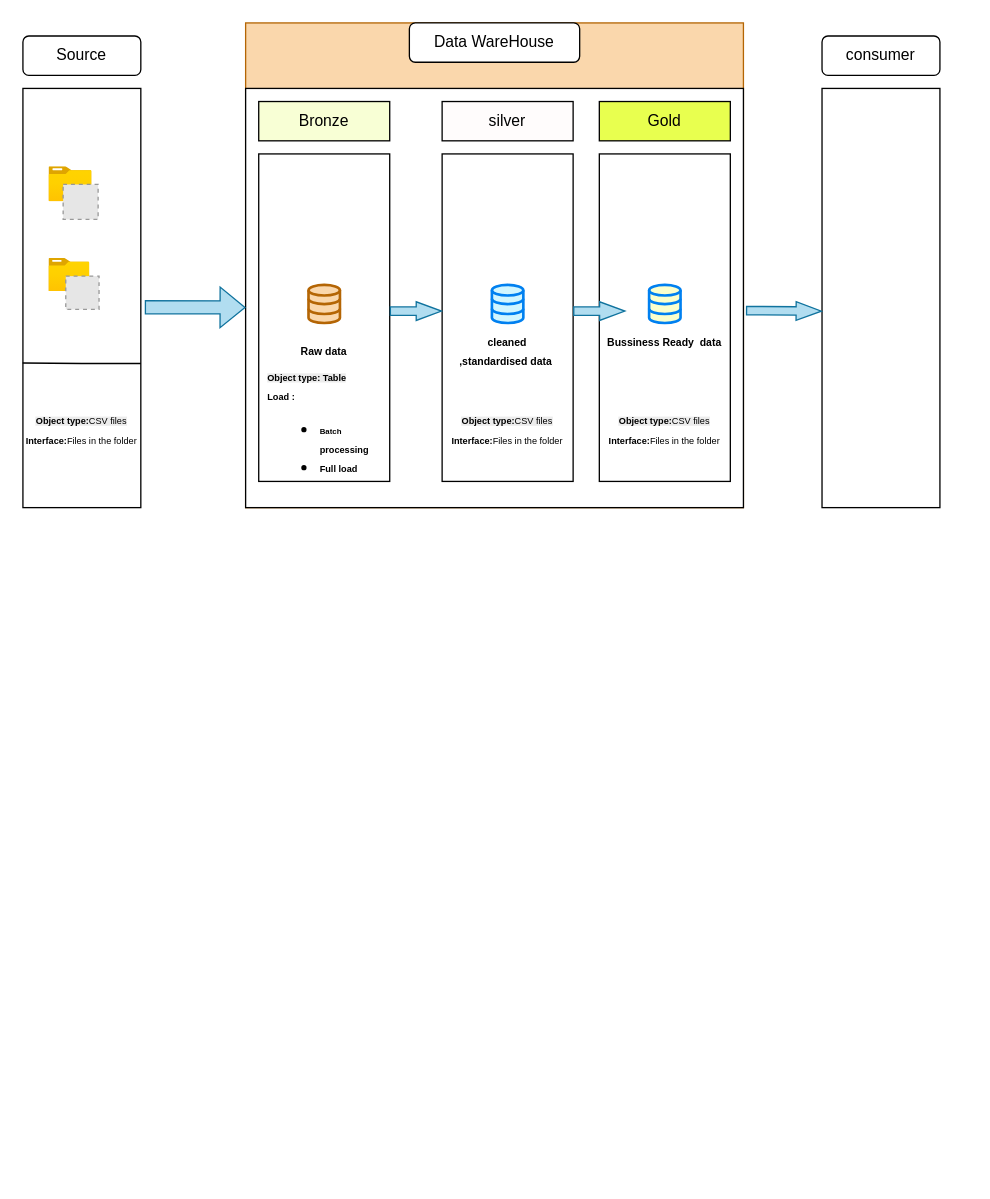
This is page "Page-1" (1 of 2) of draw_io/DATABASE.drawio from Yaswanth332/Sql-DataWareHouse-Project-, a draw.io file, before an edit. Source tidied: cells renumbered, new cells numbered last; positions are measured from the earlier drawing's top-left corner, leaving out a move shared by most shapes. Both pictures are drawn from the tidied source at 131%, with x=0, y=0 at pixel (22, 22). Pictures stored in the file or linked from it are replaced by grey dashed boxes.
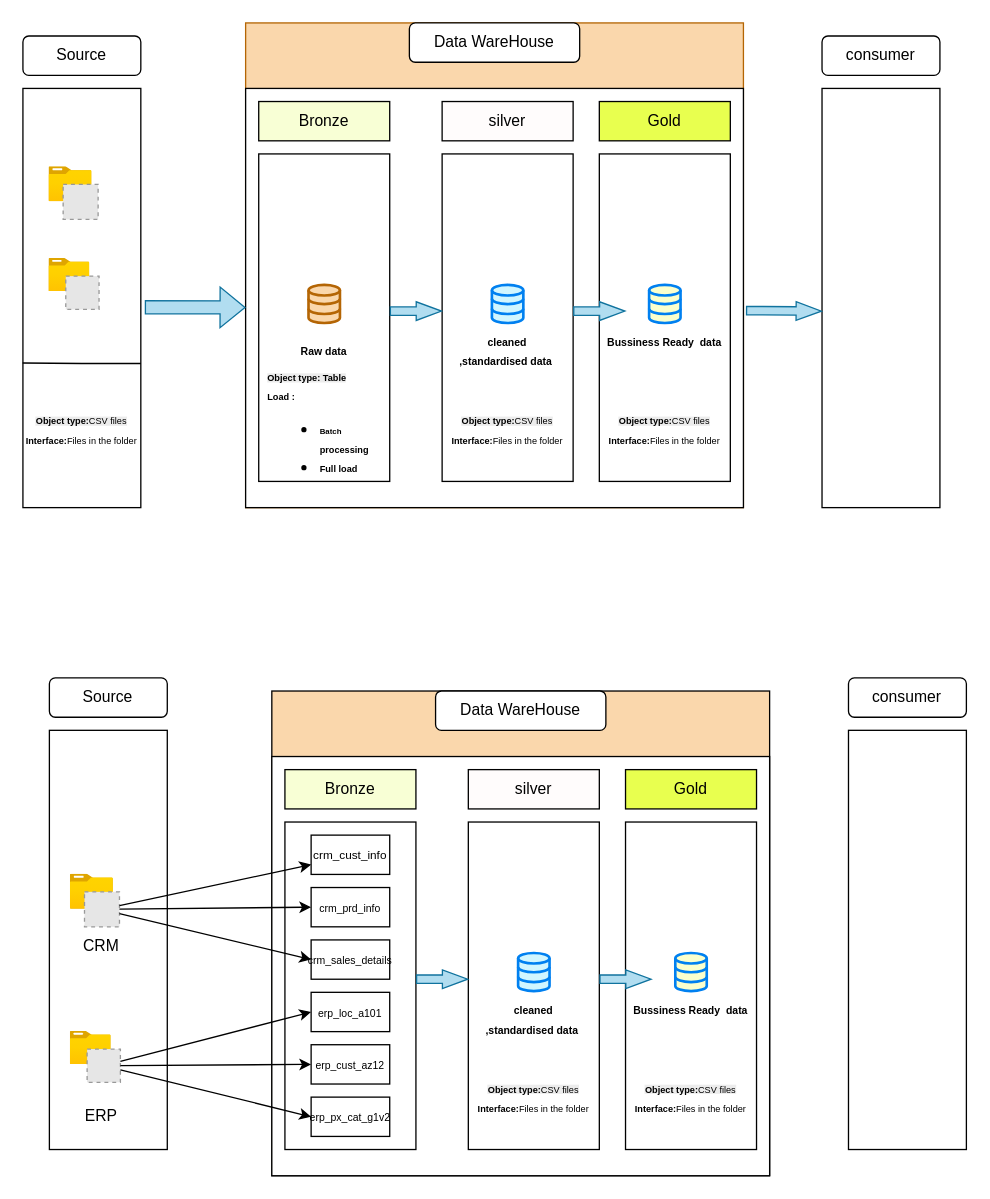
Above is the later version.

Change to the diagram source:
```diff
@@
+    <mxCell id="41" style="group;" parent="1" vertex="1">
+      <mxGeometry x="630.2" y="500" width="90" height="360" as="geometry" />
+    </mxCell>
+    <mxCell id="42" style="rounded=0;whiteSpace=wrap;html=1;strokeColor=light-dark(#000000,#8259FF);" parent="41" vertex="1">
+      <mxGeometry y="40" width="90" height="320" as="geometry" />
+    </mxCell>
+    <mxCell id="43" value="consumer" style="rounded=1;whiteSpace=wrap;html=1;" parent="41" vertex="1">
+      <mxGeometry width="90" height="30" as="geometry" />
+    </mxCell>
+    <mxCell id="44" style="group;fillColor=#fad7ac;strokeColor=default;" parent="1" vertex="1">
+      <mxGeometry x="190" y="510" width="380" height="370" as="geometry" />
+    </mxCell>
+    <mxCell id="45" style="rounded=0;whiteSpace=wrap;html=1;strokeColor=light-dark(#000000,#FF6666);" parent="44" vertex="1">
+      <mxGeometry y="50" width="380" height="320" as="geometry" />
+    </mxCell>
+    <mxCell id="46" value="Data WareHouse" style="rounded=1;whiteSpace=wrap;html=1;" parent="44" vertex="1">
+      <mxGeometry x="125" width="130" height="30" as="geometry" />
+    </mxCell>
+    <mxCell id="47" style="group;fillColor=none;" parent="44" vertex="1">
+      <mxGeometry x="10" y="60" width="100" height="290" as="geometry" />
+    </mxCell>
+    <mxCell id="48" value="&lt;font style=&quot;color: light-dark(rgb(0, 0, 0), rgb(0, 0, 0));&quot;&gt;Bronze&lt;/font&gt;" style="rounded=0;whiteSpace=wrap;html=1;strokeColor=light-dark(#000000,#99FFFF);fillColor=light-dark(#F8FFD5,#A88F9B);" parent="47" vertex="1">
+      <mxGeometry width="100" height="30" as="geometry" />
+    </mxCell>
+    <mxCell id="49" style="rounded=0;whiteSpace=wrap;html=1;strokeColor=light-dark(#000000,#99FFFF);fillColor=none;" parent="47" vertex="1">
+      <mxGeometry y="40" width="100" height="250" as="geometry" />
+    </mxCell>
+    <mxCell id="50" value="&lt;font style=&quot;font-size: 8px;&quot;&gt;crm_sales_details&lt;/font&gt;" style="text;html=1;whiteSpace=wrap;strokeColor=default;fillColor=none;align=center;verticalAlign=middle;rounded=0;" parent="47" vertex="1">
+      <mxGeometry x="20" y="130" width="60" height="30" as="geometry" />
+    </mxCell>
+    <mxCell id="51" value="&lt;font style=&quot;font-size: 8px;&quot;&gt;erp_loc_a101&lt;/font&gt;" style="text;html=1;whiteSpace=wrap;strokeColor=default;fillColor=none;align=center;verticalAlign=middle;rounded=0;" parent="47" vertex="1">
+      <mxGeometry x="20" y="170" width="60" height="30" as="geometry" />
+    </mxCell>
+    <mxCell id="52" value="&lt;font style=&quot;font-size: 8px;&quot;&gt;erp_cust_az12&lt;/font&gt;" style="text;html=1;whiteSpace=wrap;strokeColor=default;fillColor=none;align=center;verticalAlign=middle;rounded=0;" parent="47" vertex="1">
+      <mxGeometry x="20" y="210" width="60" height="30" as="geometry" />
+    </mxCell>
+    <mxCell id="53" value="&lt;font style=&quot;font-size: 8px;&quot;&gt;erp_px_cat_g1v2&lt;/font&gt;" style="text;html=1;whiteSpace=wrap;strokeColor=default;fillColor=none;align=center;verticalAlign=middle;rounded=0;" parent="47" vertex="1">
+      <mxGeometry x="20" y="250" width="60" height="30" as="geometry" />
+    </mxCell>
+    <mxCell id="54" value="&lt;font style=&quot;font-size: 9px;&quot;&gt;crm_cust_info&lt;/font&gt;" style="text;html=1;whiteSpace=wrap;strokeColor=default;fillColor=none;align=center;verticalAlign=middle;rounded=0;" parent="47" vertex="1">
+      <mxGeometry x="20" y="50" width="60" height="30" as="geometry" />
+    </mxCell>
+    <mxCell id="55" value="&lt;font style=&quot;font-size: 8px;&quot;&gt;crm_prd_info&lt;/font&gt;" style="text;html=1;whiteSpace=wrap;strokeColor=default;fillColor=none;align=center;verticalAlign=middle;rounded=0;" parent="47" vertex="1">
+      <mxGeometry x="20" y="90" width="60" height="30" as="geometry" />
+    </mxCell>
+    <mxCell id="56" style="group;" parent="44" vertex="1">
+      <mxGeometry x="150" y="60" width="100" height="290" as="geometry" />
+    </mxCell>
+    <mxCell id="57" value="&lt;font style=&quot;color: light-dark(rgb(0, 0, 0), rgb(0, 0, 0));&quot;&gt;silver&lt;/font&gt;" style="rounded=0;whiteSpace=wrap;html=1;strokeColor=light-dark(#000000,#99FFFF);fillColor=light-dark(#FFFCFC,#A5A2A8);" parent="56" vertex="1">
+      <mxGeometry width="100" height="30" as="geometry" />
+    </mxCell>
+    <mxCell id="58" style="rounded=0;whiteSpace=wrap;html=1;strokeColor=light-dark(#000000,#99FFFF);fillColor=none;" parent="56" vertex="1">
+      <mxGeometry y="40" width="100" height="250" as="geometry" />
+    </mxCell>
+    <mxCell id="59" style="html=1;verticalLabelPosition=bottom;align=center;labelBackgroundColor=#ffffff;verticalAlign=top;strokeWidth=2;strokeColor=#0080F0;shadow=0;dashed=0;shape=mxgraph.ios7.icons.data;fillColor=#D1F6FF;" parent="56" vertex="1">
+      <mxGeometry x="38" y="140" width="24" height="29.1" as="geometry" />
+    </mxCell>
+    <mxCell id="60" value="&lt;span style=&quot;font-size: 8px;&quot;&gt;&lt;b&gt;cleaned ,standardised data&amp;nbsp;&lt;/b&gt;&lt;/span&gt;" style="text;html=1;whiteSpace=wrap;strokeColor=none;fillColor=none;align=center;verticalAlign=middle;rounded=0;" parent="56" vertex="1">
+      <mxGeometry x="10" y="180" width="80" height="19.1" as="geometry" />
+    </mxCell>
+    <mxCell id="61" value="&lt;b style=&quot;forced-color-adjust: none; color: rgb(0, 0, 0); font-family: Helvetica; font-size: 7px; font-style: normal; font-variant-ligatures: normal; font-variant-caps: normal; letter-spacing: normal; orphans: 2; text-align: center; text-indent: 0px; text-transform: none; widows: 2; word-spacing: 0px; -webkit-text-stroke-width: 0px; white-space: normal; background-color: rgb(236, 236, 236); text-decoration-thickness: initial; text-decoration-style: initial; text-decoration-color: initial;&quot;&gt;Object type:&lt;/b&gt;&lt;span style=&quot;color: rgb(0, 0, 0); font-family: Helvetica; font-size: 7px; font-style: normal; font-variant-ligatures: normal; font-variant-caps: normal; font-weight: 400; letter-spacing: normal; orphans: 2; text-align: center; text-indent: 0px; text-transform: none; widows: 2; word-spacing: 0px; -webkit-text-stroke-width: 0px; white-space: normal; background-color: rgb(236, 236, 236); text-decoration-thickness: initial; text-decoration-style: initial; text-decoration-color: initial; float: none; display: inline !important;&quot;&gt;CSV files&lt;/span&gt;&lt;br&gt;&lt;div&gt;&lt;b style=&quot;font-size: 7px;&quot;&gt;Interface:&lt;/b&gt;&lt;span style=&quot;font-size: 7px;&quot;&gt;Files in the folder&lt;/span&gt;&lt;/div&gt;" style="text;html=1;whiteSpace=wrap;strokeColor=none;fillColor=none;align=center;verticalAlign=middle;rounded=0;" parent="56" vertex="1">
+      <mxGeometry x="5" y="220" width="90" height="60" as="geometry" />
+    </mxCell>
+    <mxCell id="62" style="group;" parent="44" vertex="1">
+      <mxGeometry x="270" y="60" width="100" height="290" as="geometry" />
+    </mxCell>
+    <mxCell id="63" value="&lt;font style=&quot;color: light-dark(rgb(0, 0, 0), rgb(0, 0, 0));&quot;&gt;Gold&lt;/font&gt;" style="rounded=0;whiteSpace=wrap;html=1;strokeColor=light-dark(#000000,#99FFFF);fillColor=light-dark(#E8FF4F,#FFFF00);" parent="62" vertex="1">
+      <mxGeometry width="100" height="30" as="geometry" />
+    </mxCell>
+    <mxCell id="64" style="rounded=0;whiteSpace=wrap;html=1;strokeColor=light-dark(#000000,#99FFFF);fillColor=none;" parent="62" vertex="1">
+      <mxGeometry y="40" width="100" height="250" as="geometry" />
+    </mxCell>
+    <mxCell id="65" style="html=1;verticalLabelPosition=bottom;align=center;labelBackgroundColor=#ffffff;verticalAlign=top;strokeWidth=2;strokeColor=#0080F0;shadow=0;dashed=0;shape=mxgraph.ios7.icons.data;fillColor=#FBFFCD;" parent="62" vertex="1">
+      <mxGeometry x="38" y="140" width="24" height="29.1" as="geometry" />
+    </mxCell>
+    <mxCell id="66" value="&lt;font style=&quot;font-size: 8px;&quot;&gt;&lt;b&gt;Bussiness Ready&amp;nbsp; data&lt;/b&gt;&lt;/font&gt;&lt;div&gt;&lt;font style=&quot;font-size: 8px;&quot;&gt;&lt;br&gt;&lt;/font&gt;&lt;/div&gt;" style="text;html=1;whiteSpace=wrap;strokeColor=none;fillColor=none;align=center;verticalAlign=middle;rounded=0;" parent="62" vertex="1">
+      <mxGeometry y="180" width="100" height="19.1" as="geometry" />
+    </mxCell>
+    <mxCell id="67" value="&lt;b style=&quot;forced-color-adjust: none; color: rgb(0, 0, 0); font-family: Helvetica; font-size: 7px; font-style: normal; font-variant-ligatures: normal; font-variant-caps: normal; letter-spacing: normal; orphans: 2; text-align: center; text-indent: 0px; text-transform: none; widows: 2; word-spacing: 0px; -webkit-text-stroke-width: 0px; white-space: normal; background-color: rgb(236, 236, 236); text-decoration-thickness: initial; text-decoration-style: initial; text-decoration-color: initial;&quot;&gt;Object type:&lt;/b&gt;&lt;span style=&quot;color: rgb(0, 0, 0); font-family: Helvetica; font-size: 7px; font-style: normal; font-variant-ligatures: normal; font-variant-caps: normal; font-weight: 400; letter-spacing: normal; orphans: 2; text-align: center; text-indent: 0px; text-transform: none; widows: 2; word-spacing: 0px; -webkit-text-stroke-width: 0px; white-space: normal; background-color: rgb(236, 236, 236); text-decoration-thickness: initial; text-decoration-style: initial; text-decoration-color: initial; float: none; display: inline !important;&quot;&gt;CSV files&lt;/span&gt;&lt;br&gt;&lt;div&gt;&lt;b style=&quot;font-size: 7px;&quot;&gt;Interface:&lt;/b&gt;&lt;span style=&quot;font-size: 7px;&quot;&gt;Files in the folder&lt;/span&gt;&lt;/div&gt;" style="text;html=1;whiteSpace=wrap;strokeColor=none;fillColor=none;align=center;verticalAlign=middle;rounded=0;" parent="62" vertex="1">
+      <mxGeometry x="5" y="220" width="90" height="60" as="geometry" />
+    </mxCell>
+    <mxCell id="68" style="shape=flexArrow;endArrow=classic;html=1;rounded=0;fillColor=#b1ddf0;strokeColor=#10739e;width=6.428571428571429;endSize=6.0928571428571425;endWidth=6.836734693877551;" parent="44" edge="1">
+      <mxGeometry relative="1" as="geometry">
+        <mxPoint x="250" y="220" as="sourcePoint" />
+        <mxPoint x="290" y="220" as="targetPoint" />
+      </mxGeometry>
+    </mxCell>
+    <mxCell id="69" style="shape=flexArrow;endArrow=classic;html=1;rounded=0;fillColor=#b1ddf0;strokeColor=#10739e;width=6.428571428571429;endSize=6.0928571428571425;endWidth=6.836734693877551;" parent="44" edge="1">
+      <mxGeometry relative="1" as="geometry">
+        <mxPoint x="110" y="220" as="sourcePoint" />
+        <mxPoint x="150" y="220" as="targetPoint" />
+      </mxGeometry>
+    </mxCell>
+    <mxCell id="70" style="group;strokeColor=none;glass=0;" parent="1" vertex="1">
+      <mxGeometry x="20.2" y="500" width="90" height="360" as="geometry" />
+    </mxCell>
+    <mxCell id="71" style="rounded=0;whiteSpace=wrap;html=1;strokeColor=light-dark(#000000,#8259FF);" parent="70" vertex="1">
+      <mxGeometry y="40" width="90" height="320" as="geometry" />
+    </mxCell>
+    <mxCell id="72" value="Source" style="rounded=1;whiteSpace=wrap;html=1;" parent="70" vertex="1">
+      <mxGeometry width="90" height="30" as="geometry" />
+    </mxCell>
+    <mxCell id="73" style="group;" parent="70" vertex="1">
+      <mxGeometry x="9.8" y="150" width="60" height="70" as="geometry" />
+    </mxCell>
+    <mxCell id="74" style="group;" parent="73" vertex="1">
+      <mxGeometry x="6.3" width="40" height="40" as="geometry" />
+    </mxCell>
+    <mxCell id="75" style="image;html=1;align=center;fontSize=12;image=img/lib/azure2/general/Folder_Blank.svg;" parent="74" vertex="1">
+      <mxGeometry width="32.9" height="26.7" as="geometry" />
+    </mxCell>
+    <mxCell id="76" style="fillColor=#E6E6E6;strokeColor=#999999;dashed=1;html=1;verticalAlign=top;verticalLabelPosition=bottom;labelBackgroundColor=#ffffff;" parent="74" vertex="1">
+      <mxGeometry x="10.7" y="13.3" width="26.7" height="26.7" as="geometry" />
+    </mxCell>
+    <mxCell id="77" value="CRM" style="text;html=1;whiteSpace=wrap;strokeColor=none;fillColor=none;align=center;verticalAlign=middle;rounded=0;" parent="73" vertex="1">
+      <mxGeometry y="40" width="60" height="30" as="geometry" />
+    </mxCell>
+    <mxCell id="78" style="group;" parent="70" vertex="1">
+      <mxGeometry x="9.8" y="270" width="60" height="80" as="geometry" />
+    </mxCell>
+    <mxCell id="79" style="group;" parent="78" vertex="1">
+      <mxGeometry x="6.3" width="47.3" height="40" as="geometry" />
+    </mxCell>
+    <mxCell id="80" style="image;html=1;align=center;fontSize=12;image=img/lib/azure2/general/Folder_Blank.svg;" parent="79" vertex="1">
+      <mxGeometry width="31.2" height="25.4" as="geometry" />
+    </mxCell>
+    <mxCell id="81" style="fillColor=#E6E6E6;strokeColor=#999999;dashed=1;html=1;verticalAlign=top;verticalLabelPosition=bottom;labelBackgroundColor=#ffffff;" parent="79" vertex="1">
+      <mxGeometry x="12.7" y="13.3" width="25.4" height="25.4" as="geometry" />
+    </mxCell>
+    <mxCell id="82" value="ERP" style="text;html=1;whiteSpace=wrap;strokeColor=none;fillColor=none;align=center;verticalAlign=middle;rounded=0;" parent="78" vertex="1">
+      <mxGeometry y="50" width="60" height="30" as="geometry" />
+    </mxCell>
+    <mxCell id="83" style="rounded=0;jettySize=auto;html=1;entryX=0;entryY=0.5;entryDx=0;entryDy=0;" parent="1" edge="1" source="76" target="55">
+      <mxGeometry relative="1" as="geometry" />
+    </mxCell>
+    <mxCell id="84" style="edgeStyle=none;rounded=0;jettySize=auto;html=1;entryX=0;entryY=0.75;entryDx=0;entryDy=0;" parent="1" edge="1" source="76" target="54">
+      <mxGeometry relative="1" as="geometry" />
+    </mxCell>
+    <mxCell id="85" style="edgeStyle=none;rounded=0;jettySize=auto;html=1;entryX=0;entryY=0.5;entryDx=0;entryDy=0;" parent="1" edge="1" source="76" target="50">
+      <mxGeometry relative="1" as="geometry" />
+    </mxCell>
+    <mxCell id="86" style="edgeStyle=none;rounded=0;jettySize=auto;html=1;entryX=0;entryY=0.5;entryDx=0;entryDy=0;" parent="1" edge="1" source="81" target="51">
+      <mxGeometry relative="1" as="geometry" />
+    </mxCell>
+    <mxCell id="87" style="edgeStyle=none;rounded=0;jettySize=auto;html=1;entryX=0;entryY=0.5;entryDx=0;entryDy=0;exitX=1;exitY=0.5;exitDx=0;exitDy=0;" parent="1" edge="1" source="81" target="52">
+      <mxGeometry relative="1" as="geometry" />
+    </mxCell>
+    <mxCell id="88" style="edgeStyle=none;rounded=0;jettySize=auto;html=1;entryX=0;entryY=0.5;entryDx=0;entryDy=0;" parent="1" edge="1" source="81" target="53">
+      <mxGeometry relative="1" as="geometry" />
+    </mxCell>
```
